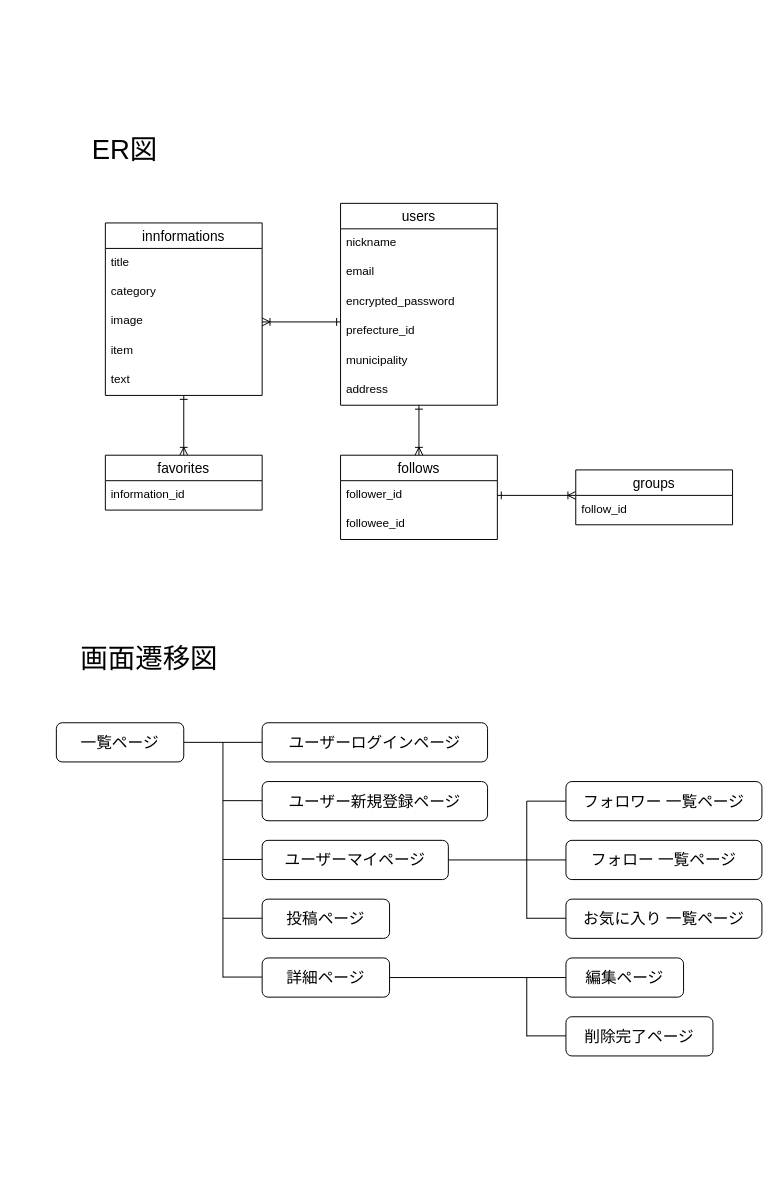
Above: ER.dio in takuro-miyaguchi/idobata-38300 (draw.io), before the change. Source tidied: cells renumbered, new cells numbered last; positions are measured from the earlier drawing's top-left corner, leaving out a move shared by most shapes. Both pictures are drawn from the tidied source at 98%, with x=0, y=0 at pixel (56, 124).
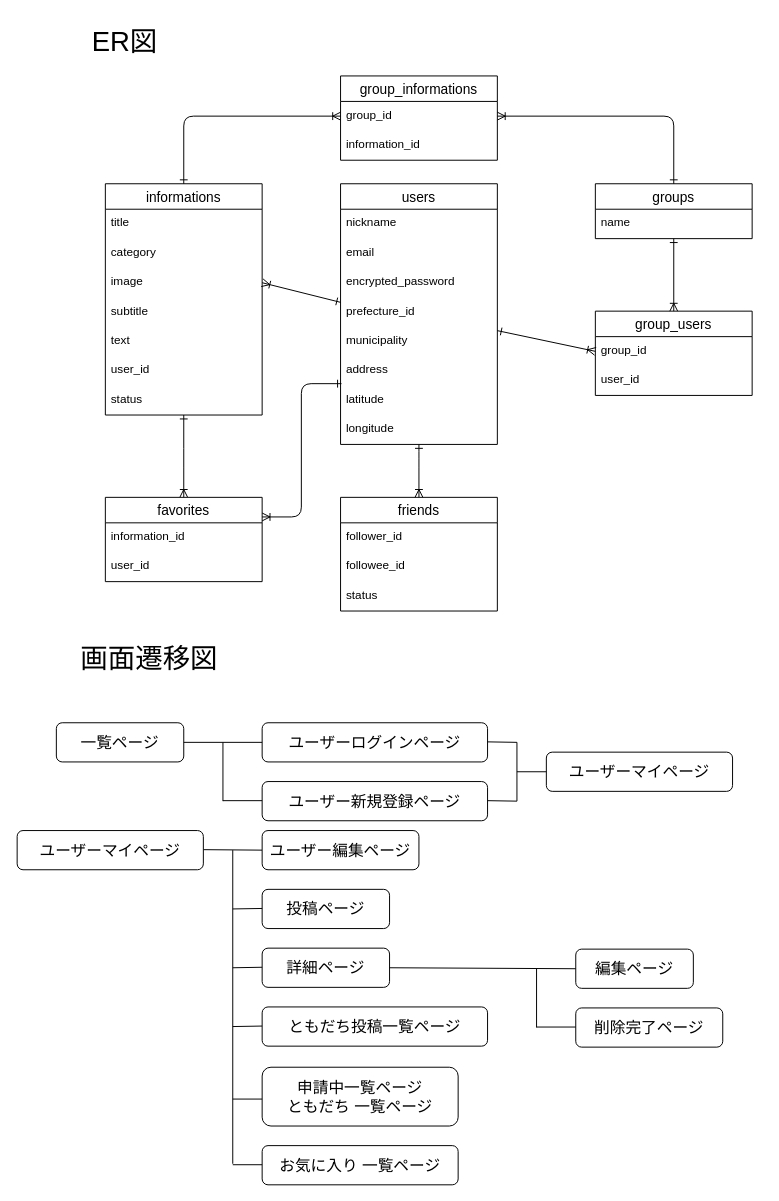
The same diagram, later.

Unchanged cells that the change refers to:
```xml
<mxCell id="5" value="image" style="text;strokeColor=none;fillColor=none;spacingLeft=4;spacingRight=4;overflow=hidden;points=[[0,0.5],[1,0.5]];portConstraint=eastwest;fontSize=12;" parent="2" vertex="1">
  <mxGeometry y="86" width="160" height="30" as="geometry" />
</mxCell>
<mxCell id="12" value="prefecture_id" style="text;strokeColor=none;fillColor=none;spacingLeft=4;spacingRight=4;overflow=hidden;points=[[0,0.5],[1,0.5]];portConstraint=eastwest;fontSize=12;" parent="8" vertex="1">
  <mxGeometry y="116" width="160" height="30" as="geometry" />
</mxCell>
<mxCell id="16" value="follower_id" style="text;strokeColor=none;fillColor=none;spacingLeft=4;spacingRight=4;overflow=hidden;points=[[0,0.5],[1,0.5]];portConstraint=eastwest;fontSize=12;" parent="15" vertex="1">
  <mxGeometry y="26" width="160" height="30" as="geometry" />
</mxCell>
```

The edit, as a diff of the source:
```diff
@@
-    <mxCell id="2" value="innformations" style="swimlane;fontStyle=0;horizontal=1;startSize=26;align=center;fontSize=14;" parent="1" vertex="1">
-      <mxGeometry x="50" y="100" width="160" height="176" as="geometry" />
+    <mxCell id="2" value="informations" style="swimlane;fontStyle=0;horizontal=1;startSize=26;align=center;fontSize=14;" parent="1" vertex="1">
+      <mxGeometry x="50" y="60" width="160" height="236" as="geometry" />
     </mxCell>
@@
-    <mxCell id="6" value="item" style="text;strokeColor=none;fillColor=none;spacingLeft=4;spacingRight=4;overflow=hidden;fontSize=12;" parent="2" vertex="1">
+    <mxCell id="6" value="subtitle" style="text;strokeColor=none;fillColor=none;spacingLeft=4;spacingRight=4;overflow=hidden;fontSize=12;" parent="2" vertex="1">
       <mxGeometry y="116" width="160" height="30" as="geometry" />
     </mxCell>
@@
+    <mxCell id="52" value="user_id" style="text;strokeColor=none;fillColor=none;spacingLeft=4;spacingRight=4;overflow=hidden;fontSize=12;" parent="2" vertex="1">
+      <mxGeometry y="176" width="160" height="30" as="geometry" />
+    </mxCell>
+    <mxCell id="53" value="status" style="text;strokeColor=none;fillColor=none;spacingLeft=4;spacingRight=4;overflow=hidden;fontSize=12;" parent="2" vertex="1">
+      <mxGeometry y="206" width="160" height="30" as="geometry" />
+    </mxCell>
     <mxCell id="8" value="users" style="swimlane;fontStyle=0;horizontal=1;startSize=26;align=center;fontSize=14;" parent="1" vertex="1">
-      <mxGeometry x="290" y="80" width="160" height="206" as="geometry" />
+      <mxGeometry x="290" y="60" width="160" height="266" as="geometry" />
     </mxCell>
@@
+    <mxCell id="54" value="latitude" style="text;strokeColor=none;fillColor=none;spacingLeft=4;spacingRight=4;overflow=hidden;points=[[0,0.5],[1,0.5]];portConstraint=eastwest;fontSize=12;" parent="8" vertex="1">
+      <mxGeometry y="206" width="160" height="30" as="geometry" />
+    </mxCell>
+    <mxCell id="55" value="longitude" style="text;strokeColor=none;fillColor=none;spacingLeft=4;spacingRight=4;overflow=hidden;fontSize=12;" parent="8" vertex="1">
+      <mxGeometry y="236" width="160" height="30" as="geometry" />
+    </mxCell>
-    <mxCell id="15" value="follows" style="swimlane;fontStyle=0;horizontal=1;startSize=26;align=center;fontSize=14;" parent="1" vertex="1">
-      <mxGeometry x="290" y="337" width="160" height="86" as="geometry" />
+    <mxCell id="15" value="friends" style="swimlane;fontStyle=0;horizontal=1;startSize=26;align=center;fontSize=14;" parent="1" vertex="1">
+      <mxGeometry x="290" y="380" width="160" height="116" as="geometry" />
     </mxCell>
@@
-    <mxCell id="18" style="edgeStyle=orthogonalEdgeStyle;html=1;endArrow=ERone;endFill=0;startArrow=ERoneToMany;startFill=0;entryX=1;entryY=0.5;entryDx=0;entryDy=0;" parent="1" edge="1" source="19" target="16">
-      <mxGeometry relative="1" as="geometry">
-        <Array as="points">
-          <mxPoint x="650" y="406" />
-        </Array>
-      </mxGeometry>
-    </mxCell>
+    <mxCell id="56" value="status" style="text;strokeColor=none;fillColor=none;spacingLeft=4;spacingRight=4;overflow=hidden;fontSize=12;" parent="15" vertex="1">
+      <mxGeometry y="86" width="160" height="30" as="geometry" />
+    </mxCell>
     <mxCell id="19" value="groups" style="swimlane;fontStyle=0;horizontal=1;startSize=26;align=center;fontSize=14;" parent="1" vertex="1">
-      <mxGeometry x="530" y="352" width="160" height="56" as="geometry" />
+      <mxGeometry x="550" y="60" width="160" height="56" as="geometry" />
     </mxCell>
-    <mxCell id="20" value="follow_id" style="text;strokeColor=none;fillColor=none;spacingLeft=4;spacingRight=4;overflow=hidden;points=[[0,0.5],[1,0.5]];portConstraint=eastwest;fontSize=12;" parent="19" vertex="1">
+    <mxCell id="20" value="name" style="text;strokeColor=none;fillColor=none;spacingLeft=4;spacingRight=4;overflow=hidden;points=[[0,0.5],[1,0.5]];portConstraint=eastwest;fontSize=12;" parent="19" vertex="1">
       <mxGeometry y="26" width="160" height="30" as="geometry" />
     </mxCell>
-    <mxCell id="21" style="html=1;exitX=1;exitY=0.5;exitDx=0;exitDy=0;startArrow=ERoneToMany;startFill=0;endArrow=ERone;endFill=0;" parent="1" edge="1" source="5">
-      <mxGeometry relative="1" as="geometry">
-        <mxPoint x="290" y="201" as="targetPoint" />
-      </mxGeometry>
+    <mxCell id="21" style="html=1;exitX=1;exitY=0.5;exitDx=0;exitDy=0;startArrow=ERoneToMany;startFill=0;endArrow=ERone;endFill=0;entryX=0;entryY=0.167;entryDx=0;entryDy=0;entryPerimeter=0;" parent="1" edge="1" source="5" target="12">
+      <mxGeometry relative="1" as="geometry" />
     </mxCell>
@@
     <mxCell id="24" value="favorites" style="swimlane;fontStyle=0;horizontal=1;startSize=26;align=center;fontSize=14;" parent="1" vertex="1">
-      <mxGeometry x="50" y="337" width="160" height="56" as="geometry" />
+      <mxGeometry x="50" y="380" width="160" height="86" as="geometry" />
     </mxCell>
@@
+    <mxCell id="57" value="user_id" style="text;strokeColor=none;fillColor=none;spacingLeft=4;spacingRight=4;overflow=hidden;fontSize=12;" parent="24" vertex="1">
+      <mxGeometry y="56" width="160" height="30" as="geometry" />
+    </mxCell>
@@
     <mxCell id="27" value="ER図" style="text;html=1;strokeColor=none;fillColor=none;align=center;verticalAlign=middle;whiteSpace=wrap;rounded=0;fontSize=28;" parent="1" vertex="1">
-      <mxGeometry x="10" width="120" height="50" as="geometry" />
+      <mxGeometry x="10" y="-110" width="120" height="50" as="geometry" />
     </mxCell>
@@
     <mxCell id="29" value="詳細ページ" style="rounded=1;whiteSpace=wrap;html=1;fontSize=16;" parent="1" vertex="1">
-      <mxGeometry x="210" y="850" width="130" height="40" as="geometry" />
+      <mxGeometry x="210" y="840" width="130" height="40" as="geometry" />
     </mxCell>
-    <mxCell id="30" value="フォロー 一覧ページ" style="rounded=1;whiteSpace=wrap;html=1;fontSize=16;" parent="1" vertex="1">
-      <mxGeometry x="520" y="730" width="200" height="40" as="geometry" />
+    <mxCell id="30" value="申請中一覧ページ&lt;br&gt;ともだち 一覧ページ" style="rounded=1;whiteSpace=wrap;html=1;fontSize=16;" parent="1" vertex="1">
+      <mxGeometry x="210" y="961.5" width="200" height="60" as="geometry" />
     </mxCell>
-    <mxCell id="31" value="フォロワー 一覧ページ" style="rounded=1;whiteSpace=wrap;html=1;fontSize=16;" parent="1" vertex="1">
-      <mxGeometry x="520" y="670" width="200" height="40" as="geometry" />
-    </mxCell>
     <mxCell id="32" value="投稿ページ" style="rounded=1;whiteSpace=wrap;html=1;fontSize=16;" parent="1" vertex="1">
-      <mxGeometry x="210" y="790" width="130" height="40" as="geometry" />
+      <mxGeometry x="210" y="780" width="130" height="40" as="geometry" />
     </mxCell>
     <mxCell id="33" value="ユーザーマイページ" style="rounded=1;whiteSpace=wrap;html=1;fontSize=16;" parent="1" vertex="1">
-      <mxGeometry x="210" y="730" width="190" height="40" as="geometry" />
+      <mxGeometry x="500" y="640" width="190" height="40" as="geometry" />
     </mxCell>
@@
     <mxCell id="36" value="お気に入り 一覧ページ" style="rounded=1;whiteSpace=wrap;html=1;fontSize=16;" parent="1" vertex="1">
-      <mxGeometry x="520" y="790" width="200" height="40" as="geometry" />
+      <mxGeometry x="210" y="1041.5" width="200" height="40" as="geometry" />
     </mxCell>
     <mxCell id="37" value="編集ページ" style="rounded=1;whiteSpace=wrap;html=1;fontSize=16;" parent="1" vertex="1">
-      <mxGeometry x="520" y="850" width="120" height="40" as="geometry" />
+      <mxGeometry x="530" y="841" width="120" height="40" as="geometry" />
     </mxCell>
     <mxCell id="38" value="削除完了ページ" style="rounded=1;whiteSpace=wrap;html=1;fontSize=16;" parent="1" vertex="1">
-      <mxGeometry x="520" y="910" width="150" height="40" as="geometry" />
+      <mxGeometry x="530" y="901" width="150" height="40" as="geometry" />
     </mxCell>
@@
-    <mxCell id="40" style="endArrow=none;html=1;fontSize=16;entryX=0;entryY=0.5;entryDx=0;entryDy=0;exitX=1;exitY=0.5;exitDx=0;exitDy=0;" parent="1" edge="1" source="33" target="30">
-      <mxGeometry relative="1" as="geometry" />
+    <mxCell id="40" style="endArrow=none;html=1;fontSize=16;entryX=0;entryY=0.667;entryDx=0;entryDy=0;entryPerimeter=0;" parent="1" edge="1">
+      <mxGeometry relative="1" as="geometry">
+        <mxPoint x="180" y="994" as="sourcePoint" />
+        <mxPoint x="210" y="993.5" as="targetPoint" />
+        <Array as="points">
+          <mxPoint x="210" y="994" />
+        </Array>
+      </mxGeometry>
     </mxCell>
@@
-    <mxCell id="42" style="endArrow=none;html=1;fontSize=16;" parent="1" edge="1">
-      <mxGeometry relative="1" as="geometry">
-        <mxPoint x="480" y="810" as="sourcePoint" />
-        <mxPoint x="480" y="690" as="targetPoint" />
-      </mxGeometry>
-    </mxCell>
-    <mxCell id="43" style="endArrow=none;html=1;fontSize=16;" parent="1" edge="1">
-      <mxGeometry relative="1" as="geometry">
-        <mxPoint x="480" y="690" as="sourcePoint" />
-        <mxPoint x="520" y="690" as="targetPoint" />
-      </mxGeometry>
-    </mxCell>
     <mxCell id="44" style="endArrow=none;html=1;fontSize=16;" parent="1" edge="1">
       <mxGeometry relative="1" as="geometry">
-        <mxPoint x="480" y="809.5" as="sourcePoint" />
-        <mxPoint x="520" y="809.5" as="targetPoint" />
+        <mxPoint x="180" y="1061" as="sourcePoint" />
+        <mxPoint x="210" y="1061" as="targetPoint" />
       </mxGeometry>
     </mxCell>
     <mxCell id="45" style="endArrow=none;html=1;fontSize=16;" parent="1" edge="1">
       <mxGeometry relative="1" as="geometry">
-        <mxPoint x="480" y="929.5" as="sourcePoint" />
-        <mxPoint x="520" y="929.5" as="targetPoint" />
+        <mxPoint x="490" y="920.5" as="sourcePoint" />
+        <mxPoint x="530" y="920.5" as="targetPoint" />
       </mxGeometry>
     </mxCell>
     <mxCell id="46" style="endArrow=none;html=1;fontSize=16;" parent="1" edge="1">
       <mxGeometry relative="1" as="geometry">
-        <mxPoint x="480" y="930" as="sourcePoint" />
-        <mxPoint x="480" y="870" as="targetPoint" />
+        <mxPoint x="490" y="921" as="sourcePoint" />
+        <mxPoint x="490" y="861" as="targetPoint" />
       </mxGeometry>
     </mxCell>
     <mxCell id="47" style="endArrow=none;html=1;fontSize=16;" parent="1" edge="1">
       <mxGeometry relative="1" as="geometry">
-        <mxPoint x="170" y="870" as="sourcePoint" />
+        <mxPoint x="170" y="690" as="sourcePoint" />
         <mxPoint x="170" y="630" as="targetPoint" />
       </mxGeometry>
     </mxCell>
@@
-    <mxCell id="49" style="endArrow=none;html=1;fontSize=16;" parent="1" edge="1">
-      <mxGeometry relative="1" as="geometry">
-        <mxPoint x="170" y="749.5" as="sourcePoint" />
-        <mxPoint x="210" y="749.5" as="targetPoint" />
-      </mxGeometry>
-    </mxCell>
     <mxCell id="50" style="endArrow=none;html=1;fontSize=16;" parent="1" edge="1">
       <mxGeometry relative="1" as="geometry">
-        <mxPoint x="170" y="809.5" as="sourcePoint" />
-        <mxPoint x="210" y="809.5" as="targetPoint" />
+        <mxPoint x="180" y="800" as="sourcePoint" />
+        <mxPoint x="210" y="799.5" as="targetPoint" />
       </mxGeometry>
     </mxCell>
     <mxCell id="51" style="endArrow=none;html=1;fontSize=16;" parent="1" edge="1">
       <mxGeometry relative="1" as="geometry">
-        <mxPoint x="170" y="869.5" as="sourcePoint" />
-        <mxPoint x="210" y="869.5" as="targetPoint" />
+        <mxPoint x="180" y="860" as="sourcePoint" />
+        <mxPoint x="210" y="859.5" as="targetPoint" />
       </mxGeometry>
     </mxCell>
+    <mxCell id="58" style="edgeStyle=orthogonalEdgeStyle;html=1;exitX=0.006;exitY=-0.067;exitDx=0;exitDy=0;exitPerimeter=0;startArrow=ERone;startFill=0;endArrow=ERoneToMany;endFill=0;" parent="1" edge="1" source="54" target="24">
+      <mxGeometry relative="1" as="geometry">
+        <Array as="points">
+          <mxPoint x="250" y="264" />
+          <mxPoint x="250" y="400" />
+        </Array>
+      </mxGeometry>
+    </mxCell>
+    <mxCell id="59" value="group_users" style="swimlane;fontStyle=0;horizontal=1;startSize=26;align=center;fontSize=14;" parent="1" vertex="1">
+      <mxGeometry x="550" y="190" width="160" height="86" as="geometry" />
+    </mxCell>
+    <mxCell id="60" value="group_id" style="text;strokeColor=none;fillColor=none;spacingLeft=4;spacingRight=4;overflow=hidden;points=[[0,0.5],[1,0.5]];portConstraint=eastwest;fontSize=12;" parent="59" vertex="1">
+      <mxGeometry y="26" width="160" height="30" as="geometry" />
+    </mxCell>
+    <mxCell id="61" value="user_id" style="text;strokeColor=none;fillColor=none;spacingLeft=4;spacingRight=4;overflow=hidden;fontSize=12;" parent="59" vertex="1">
+      <mxGeometry y="56" width="160" height="30" as="geometry" />
+    </mxCell>
+    <mxCell id="62" style="edgeStyle=none;html=1;startArrow=ERone;startFill=0;endArrow=ERoneToMany;endFill=0;" parent="1" edge="1" source="20" target="59">
+      <mxGeometry relative="1" as="geometry" />
+    </mxCell>
+    <mxCell id="63" style="edgeStyle=none;html=1;startArrow=ERoneToMany;startFill=0;endArrow=ERone;endFill=0;exitX=0;exitY=0.5;exitDx=0;exitDy=0;" parent="1" edge="1" source="60" target="8">
+      <mxGeometry relative="1" as="geometry" />
+    </mxCell>
+    <mxCell id="64" value="group_informations" style="swimlane;fontStyle=0;horizontal=1;startSize=26;align=center;fontSize=14;" parent="1" vertex="1">
+      <mxGeometry x="290" y="-50" width="160" height="86" as="geometry" />
+    </mxCell>
+    <mxCell id="65" value="group_id" style="text;strokeColor=none;fillColor=none;spacingLeft=4;spacingRight=4;overflow=hidden;points=[[0,0.5],[1,0.5]];portConstraint=eastwest;fontSize=12;" parent="64" vertex="1">
+      <mxGeometry y="26" width="160" height="30" as="geometry" />
+    </mxCell>
+    <mxCell id="66" value="information_id" style="text;strokeColor=none;fillColor=none;spacingLeft=4;spacingRight=4;overflow=hidden;fontSize=12;" parent="64" vertex="1">
+      <mxGeometry y="56" width="160" height="30" as="geometry" />
+    </mxCell>
+    <mxCell id="67" style="edgeStyle=orthogonalEdgeStyle;html=1;startArrow=ERoneToMany;startFill=0;endArrow=ERone;endFill=0;entryX=0.5;entryY=0;entryDx=0;entryDy=0;" parent="1" edge="1" source="65" target="19">
+      <mxGeometry relative="1" as="geometry" />
+    </mxCell>
+    <mxCell id="68" style="edgeStyle=orthogonalEdgeStyle;html=1;startArrow=ERoneToMany;startFill=0;endArrow=ERone;endFill=0;entryX=0.5;entryY=0;entryDx=0;entryDy=0;" parent="1" edge="1" source="65" target="2">
+      <mxGeometry relative="1" as="geometry" />
+    </mxCell>
+    <mxCell id="69" value="ともだち投稿一覧ページ" style="rounded=1;whiteSpace=wrap;html=1;fontSize=16;" parent="1" vertex="1">
+      <mxGeometry x="210" y="900" width="230" height="40" as="geometry" />
+    </mxCell>
+    <mxCell id="70" style="endArrow=none;html=1;fontSize=16;" parent="1" edge="1">
+      <mxGeometry relative="1" as="geometry">
+        <mxPoint x="180" y="920" as="sourcePoint" />
+        <mxPoint x="210" y="919.5" as="targetPoint" />
+      </mxGeometry>
+    </mxCell>
+    <mxCell id="71" style="endArrow=none;html=1;fontSize=16;exitX=1;exitY=0.5;exitDx=0;exitDy=0;" parent="1" edge="1">
+      <mxGeometry relative="1" as="geometry">
+        <mxPoint x="470" y="660" as="sourcePoint" />
+        <mxPoint x="500" y="660" as="targetPoint" />
+      </mxGeometry>
+    </mxCell>
+    <mxCell id="72" style="endArrow=none;html=1;fontSize=16;" parent="1" edge="1">
+      <mxGeometry relative="1" as="geometry">
+        <mxPoint x="470" y="690" as="sourcePoint" />
+        <mxPoint x="470" y="630" as="targetPoint" />
+      </mxGeometry>
+    </mxCell>
+    <mxCell id="73" style="endArrow=none;html=1;fontSize=16;exitX=1;exitY=0.5;exitDx=0;exitDy=0;" parent="1" edge="1">
+      <mxGeometry relative="1" as="geometry">
+        <mxPoint x="440" y="629.5" as="sourcePoint" />
+        <mxPoint x="470" y="630" as="targetPoint" />
+      </mxGeometry>
+    </mxCell>
+    <mxCell id="74" style="endArrow=none;html=1;fontSize=16;" parent="1" edge="1">
+      <mxGeometry relative="1" as="geometry">
+        <mxPoint x="440" y="689.5" as="sourcePoint" />
+        <mxPoint x="470" y="690" as="targetPoint" />
+      </mxGeometry>
+    </mxCell>
+    <mxCell id="75" style="endArrow=none;html=1;fontSize=16;entryX=0;entryY=0.5;entryDx=0;entryDy=0;" parent="1" edge="1" target="78">
+      <mxGeometry relative="1" as="geometry">
+        <mxPoint x="150" y="739.5" as="sourcePoint" />
+      </mxGeometry>
+    </mxCell>
+    <mxCell id="76" style="endArrow=none;html=1;fontSize=16;" parent="1" edge="1">
+      <mxGeometry relative="1" as="geometry">
+        <mxPoint x="180" y="1060" as="sourcePoint" />
+        <mxPoint x="180" y="740" as="targetPoint" />
+      </mxGeometry>
+    </mxCell>
+    <mxCell id="77" value="ユーザーマイページ" style="rounded=1;whiteSpace=wrap;html=1;fontSize=16;" parent="1" vertex="1">
+      <mxGeometry x="-40" y="720" width="190" height="40" as="geometry" />
+    </mxCell>
+    <mxCell id="78" value="ユーザー編集ページ" style="rounded=1;whiteSpace=wrap;html=1;fontSize=16;" parent="1" vertex="1">
+      <mxGeometry x="210" y="720" width="160" height="40" as="geometry" />
+    </mxCell>
```
